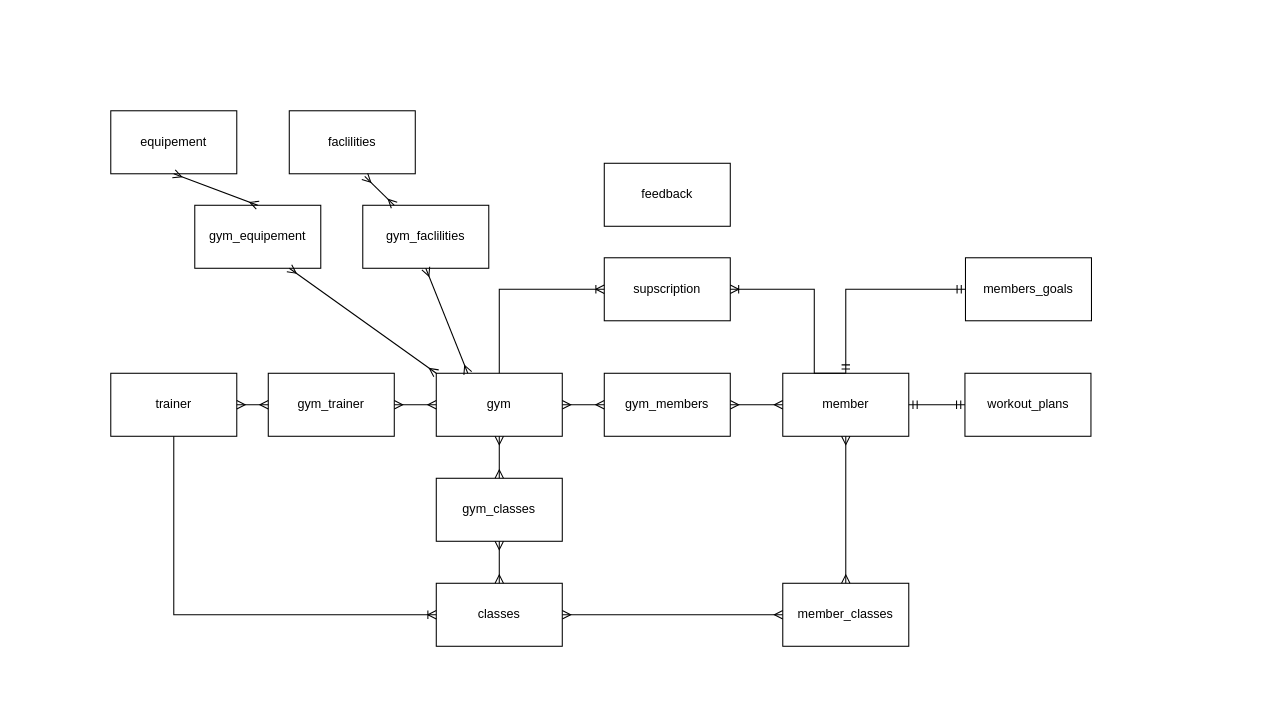
This is Examen_Model_Abstract.drawio from Fabbye3737/Examen_Sem1_DB, a draw.io file, before an edit. Source tidied: cells renumbered, new cells numbered last; positions are measured from the earlier drawing's top-left corner, leaving out a move shared by most shapes. Both pictures are drawn from the tidied source at 105%, with x=0, y=0 at pixel (110, 110).
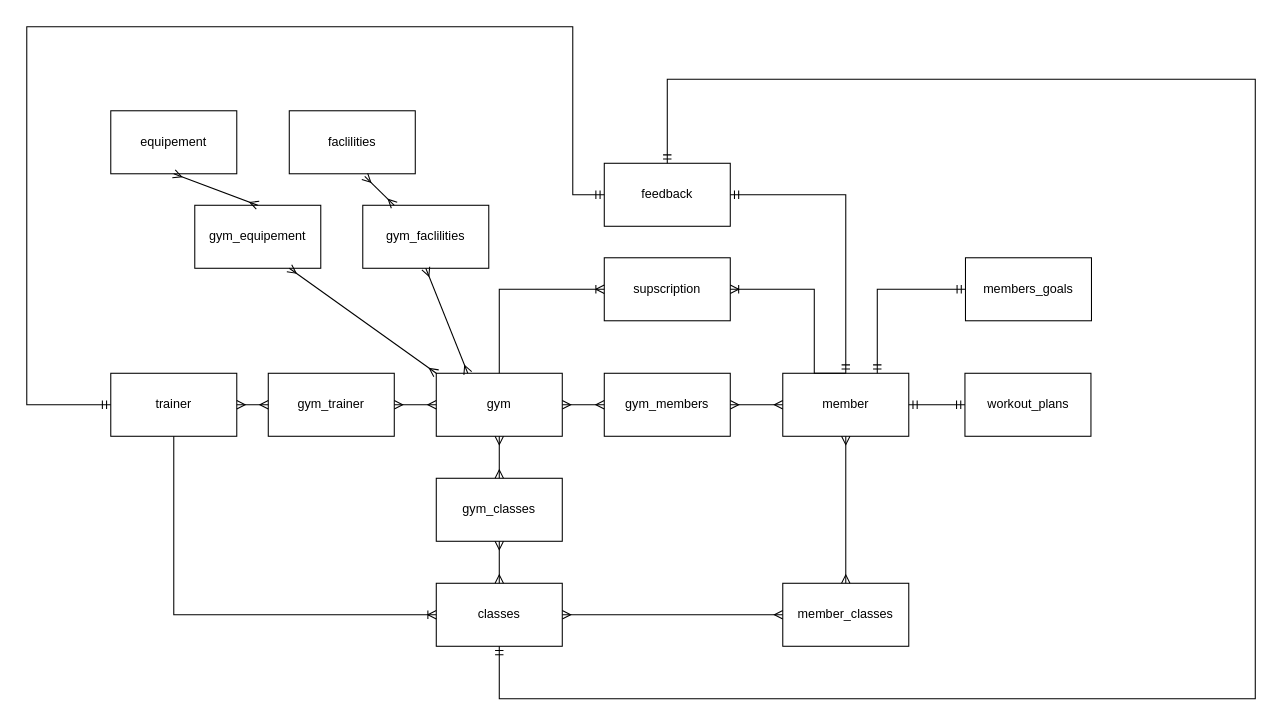
The same diagram, later.

Unchanged cells that the change refers to:
```xml
<mxCell id="3" value="feedback" style="rounded=0;whiteSpace=wrap;html=1;" parent="1" vertex="1">
  <mxGeometry x="470" y="50" width="120" height="60" as="geometry" />
</mxCell>
<mxCell id="6" value="member" style="rounded=0;whiteSpace=wrap;html=1;" parent="1" vertex="1">
  <mxGeometry x="640" y="250" width="120" height="60" as="geometry" />
</mxCell>
<mxCell id="8" value="trainer" style="rounded=0;whiteSpace=wrap;html=1;" parent="1" vertex="1">
  <mxGeometry y="250" width="120" height="60" as="geometry" />
</mxCell>
<mxCell id="10" value="members_goals" style="rounded=0;whiteSpace=wrap;html=1;" parent="1" vertex="1">
  <mxGeometry x="814" y="140" width="120" height="60" as="geometry" />
</mxCell>
<mxCell id="11" value="classes" style="rounded=0;whiteSpace=wrap;html=1;" parent="1" vertex="1">
  <mxGeometry x="310" y="450" width="120" height="60" as="geometry" />
</mxCell>
```

Diff of the diagram source:
```diff
@@
-    <mxCell id="24" style="edgeStyle=orthogonalEdgeStyle;fontSize=12;html=1;endArrow=ERmandOne;startArrow=ERmandOne;rounded=0;exitX=0.5;exitY=0;exitDx=0;exitDy=0;entryX=0;entryY=0.5;entryDx=0;entryDy=0;" parent="1" edge="1" source="6" target="10">
+    <mxCell id="24" style="edgeStyle=orthogonalEdgeStyle;fontSize=12;html=1;endArrow=ERmandOne;startArrow=ERmandOne;rounded=0;exitX=0.75;exitY=0;exitDx=0;exitDy=0;entryX=0;entryY=0.5;entryDx=0;entryDy=0;" parent="1" edge="1" source="6" target="10">
       <mxGeometry relative="1" as="geometry" />
     </mxCell>
@@
+    <mxCell id="35" style="edgeStyle=orthogonalEdgeStyle;fontSize=12;html=1;endArrow=ERmandOne;startArrow=ERmandOne;rounded=0;entryX=0.5;entryY=0;entryDx=0;entryDy=0;exitX=1;exitY=0.5;exitDx=0;exitDy=0;" parent="1" edge="1" source="3" target="6">
+      <mxGeometry relative="1" as="geometry" />
+    </mxCell>
+    <mxCell id="36" style="edgeStyle=orthogonalEdgeStyle;fontSize=12;html=1;endArrow=ERmandOne;startArrow=ERmandOne;rounded=0;exitX=0;exitY=0.5;exitDx=0;exitDy=0;entryX=0;entryY=0.5;entryDx=0;entryDy=0;" parent="1" edge="1" source="8" target="3">
+      <mxGeometry relative="1" as="geometry">
+        <Array as="points">
+          <mxPoint x="-80" y="280" />
+          <mxPoint x="-80" y="-80" />
+          <mxPoint x="440" y="-80" />
+          <mxPoint x="440" y="80" />
+        </Array>
+      </mxGeometry>
+    </mxCell>
+    <mxCell id="37" style="edgeStyle=orthogonalEdgeStyle;fontSize=12;html=1;endArrow=ERmandOne;startArrow=ERmandOne;rounded=0;entryX=0.5;entryY=1;entryDx=0;entryDy=0;exitX=0.5;exitY=0;exitDx=0;exitDy=0;" parent="1" edge="1" source="3" target="11">
+      <mxGeometry relative="1" as="geometry">
+        <Array as="points">
+          <mxPoint x="530" y="-30" />
+          <mxPoint x="1090" y="-30" />
+          <mxPoint x="1090" y="560" />
+          <mxPoint x="370" y="560" />
+        </Array>
+      </mxGeometry>
+    </mxCell>
```
